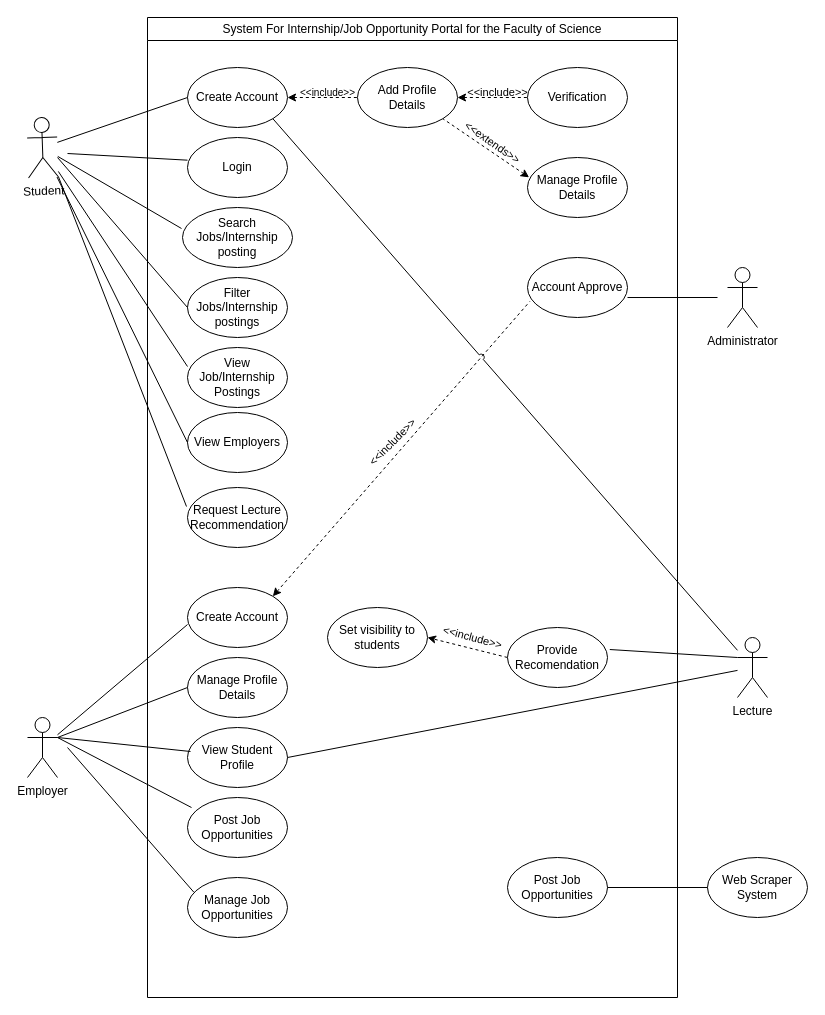
Earlier version of the draw.io diagram 471.drawio (mashihimasha/UPW_Diagrams). Source tidied: cells renumbered, new cells numbered last; positions are measured from the earlier drawing's top-left corner, leaving out a move shared by most shapes. Both pictures are drawn from the tidied source at 100%, with x=0, y=0 at pixel (27, 17).
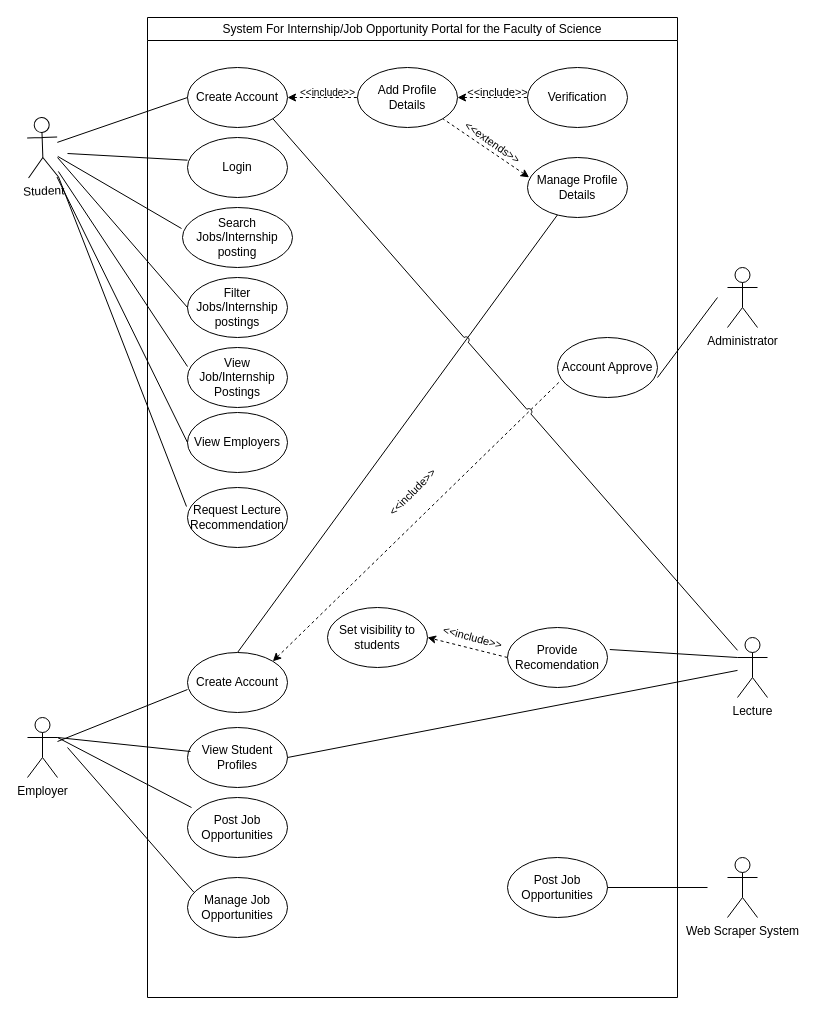
The same diagram, later.

Unchanged cells that the change refers to:
```xml
<mxCell id="2" value="System For&amp;nbsp;Internship/Job Opportunity Portal for the Faculty of Science" style="swimlane;whiteSpace=wrap;html=1;fontStyle=0;" parent="1" vertex="1">
  <mxGeometry x="120" width="530" height="980" as="geometry" />
</mxCell>
<mxCell id="25" value="Manage Profile Details" style="ellipse;whiteSpace=wrap;html=1;" parent="2" vertex="1">
  <mxGeometry x="380" y="140" width="100" height="60" as="geometry" />
</mxCell>
<mxCell id="30" value="Post Job Opportunities" style="ellipse;whiteSpace=wrap;html=1;" parent="2" vertex="1">
  <mxGeometry x="360" y="840" width="100" height="60" as="geometry" />
</mxCell>
<mxCell id="33" value="Employer" style="shape=umlActor;verticalLabelPosition=bottom;verticalAlign=top;html=1;outlineConnect=0;" parent="1" vertex="1">
  <mxGeometry y="700" width="30" height="60" as="geometry" />
</mxCell>
```

What changed in the source:
```diff
@@
     <mxCell id="15" value="&amp;lt;&amp;lt;include&amp;gt;&amp;gt;" style="text;html=1;align=center;verticalAlign=middle;strokeColor=none;fillColor=none;rotation=-45;fontSize=11;" parent="2" vertex="1">
-      <mxGeometry x="205" y="410" width="80" height="30" as="geometry" />
+      <mxGeometry x="225" y="460" width="80" height="30" as="geometry" />
     </mxCell>
+    <mxCell id="54" style="rounded=0;jettySize=auto;html=1;exitX=0.5;exitY=0;exitDx=0;exitDy=0;endArrow=none;endFill=0;" parent="2" edge="1" source="16" target="25">
+      <mxGeometry relative="1" as="geometry" />
+    </mxCell>
     <mxCell id="16" value="Create Account" style="ellipse;whiteSpace=wrap;html=1;" parent="2" vertex="1">
-      <mxGeometry x="40" y="570" width="100" height="60" as="geometry" />
+      <mxGeometry x="40" y="635" width="100" height="60" as="geometry" />
     </mxCell>
-    <mxCell id="17" value="View Student Profile" style="ellipse;whiteSpace=wrap;html=1;" parent="2" vertex="1">
+    <mxCell id="17" value="View Student Profiles" style="ellipse;whiteSpace=wrap;html=1;" parent="2" vertex="1">
       <mxGeometry x="40" y="710" width="100" height="60" as="geometry" />
     </mxCell>
@@
-    <mxCell id="19" value="Manage Profile Details" style="ellipse;whiteSpace=wrap;html=1;" parent="2" vertex="1">
-      <mxGeometry x="40" y="640" width="100" height="60" as="geometry" />
-    </mxCell>
@@
     <mxCell id="29" value="Account Approve" style="ellipse;whiteSpace=wrap;html=1;" parent="2" vertex="1">
-      <mxGeometry x="380" y="240" width="100" height="60" as="geometry" />
+      <mxGeometry x="410" y="320" width="100" height="60" as="geometry" />
     </mxCell>
@@
-    <mxCell id="40" style="endArrow=none;html=1;rounded=0;entryX=0;entryY=0.5;entryDx=0;entryDy=0;exitX=1;exitY=0.3333333333333333;exitDx=0;exitDy=0;exitPerimeter=0;endFill=0;startArrow=none;startFill=0;" parent="1" edge="1" source="33" target="19">
-      <mxGeometry relative="1" as="geometry" />
-    </mxCell>
@@
-    <mxCell id="49" value="Web Scraper System" style="ellipse;whiteSpace=wrap;html=1;" parent="1" vertex="1">
-      <mxGeometry x="680" y="840" width="100" height="60" as="geometry" />
-    </mxCell>
-    <mxCell id="50" style="endArrow=none;html=1;rounded=0;entryX=1;entryY=0.5;entryDx=0;entryDy=0;exitX=0;exitY=0.5;exitDx=0;exitDy=0;endFill=0;startArrow=none;startFill=0;" parent="1" edge="1" source="49" target="30">
-      <mxGeometry relative="1" as="geometry" />
+    <mxCell id="50" style="endArrow=none;html=1;rounded=0;entryX=1;entryY=0.5;entryDx=0;entryDy=0;exitX=0;exitY=0.5;exitDx=0;exitDy=0;endFill=0;startArrow=none;startFill=0;" parent="1" edge="1" target="30">
+      <mxGeometry relative="1" as="geometry">
+        <mxPoint x="680" y="870" as="sourcePoint" />
+      </mxGeometry>
     </mxCell>
@@
+    <mxCell id="49" value="Web Scraper System" style="shape=umlActor;verticalLabelPosition=bottom;verticalAlign=top;html=1;outlineConnect=0;" parent="1" vertex="1">
+      <mxGeometry x="700" y="840" width="30" height="60" as="geometry" />
+    </mxCell>
```
